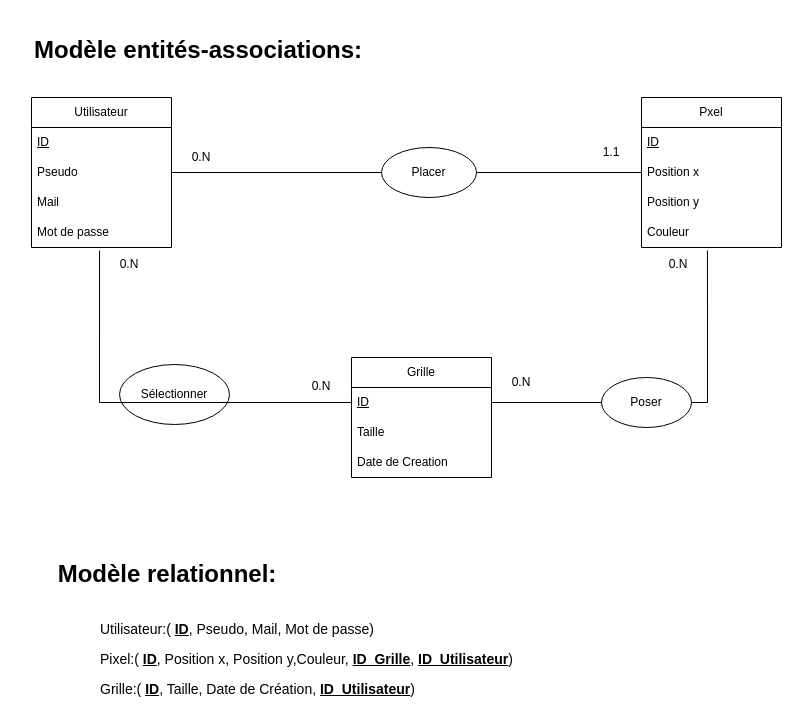
The draw.io diagram Model_Drawio/Modele-entite-asso.drawio in GoldenPants112/PixelWar, before the edit. Source tidied: cells renumbered, new cells numbered last; positions are measured from the earlier drawing's top-left corner, leaving out a move shared by most shapes. Both pictures are drawn from the tidied source at 100%, with x=0, y=0 at pixel (17, 17).
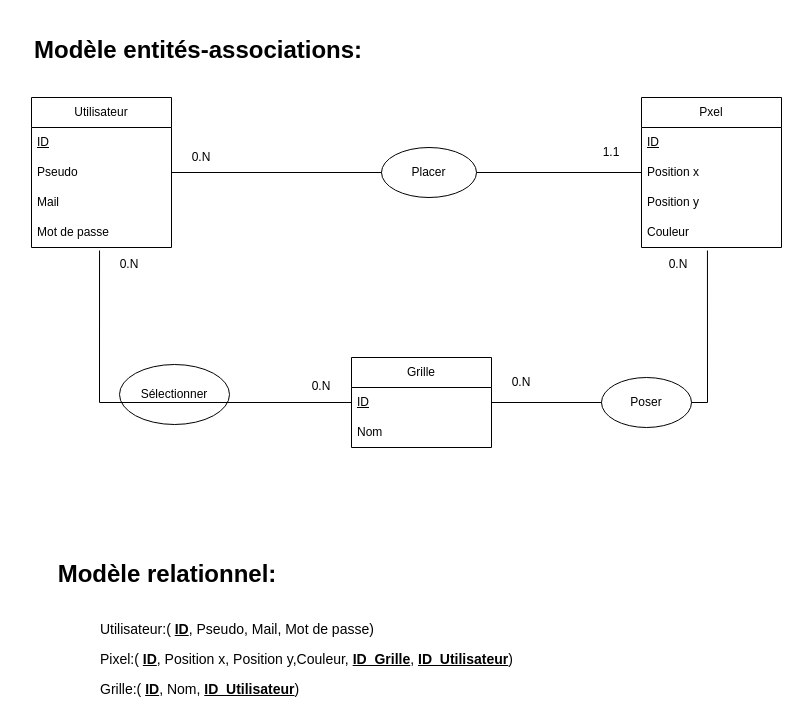
The same diagram, later.

Diff of the diagram source:
```diff
@@
     <mxCell id="12" value="Grille" style="swimlane;fontStyle=0;horizontal=1;startSize=30;whiteSpace=wrap;html=1;" parent="1" vertex="1">
-      <mxGeometry x="334" y="340" width="140" height="120" as="geometry" />
+      <mxGeometry x="334" y="340" width="140" height="90" as="geometry" />
     </mxCell>
@@
-    <mxCell id="14" value="Taille" style="text;strokeColor=none;fillColor=none;align=left;verticalAlign=middle;spacingLeft=4;spacingRight=4;overflow=hidden;whiteSpace=wrap;html=1;" parent="12" vertex="1">
+    <mxCell id="14" value="Nom" style="text;strokeColor=none;fillColor=none;align=left;verticalAlign=middle;spacingLeft=4;spacingRight=4;overflow=hidden;whiteSpace=wrap;html=1;" parent="12" vertex="1">
       <mxGeometry y="60" width="140" height="30" as="geometry" />
     </mxCell>
-    <mxCell id="15" value="Date de Creation" style="text;strokeColor=none;fillColor=none;align=left;verticalAlign=middle;spacingLeft=4;spacingRight=4;overflow=hidden;whiteSpace=wrap;html=1;" parent="12" vertex="1">
-      <mxGeometry y="90" width="140" height="30" as="geometry" />
-    </mxCell>
@@
-    <mxCell id="34" value="&lt;font style=&quot;font-size: 14px;&quot;&gt;Grille:(&amp;nbsp;&lt;u&gt;&lt;b&gt;ID&lt;/b&gt;&lt;/u&gt;, Taille, Date de Création, &lt;u&gt;&lt;b&gt;ID_Utilisateur&lt;/b&gt;&lt;/u&gt;)&lt;/font&gt;" style="text;html=1;align=left;verticalAlign=middle;whiteSpace=wrap;rounded=0;fontFamily=Helvetica;fontSize=12;fontColor=default;" parent="1" vertex="1">
+    <mxCell id="34" value="&lt;font style=&quot;font-size: 14px;&quot;&gt;Grille:(&amp;nbsp;&lt;u&gt;&lt;b&gt;ID&lt;/b&gt;&lt;/u&gt;, Nom, &lt;u&gt;&lt;b&gt;ID_Utilisateur&lt;/b&gt;&lt;/u&gt;)&lt;/font&gt;" style="text;html=1;align=left;verticalAlign=middle;whiteSpace=wrap;rounded=0;fontFamily=Helvetica;fontSize=12;fontColor=default;" parent="1" vertex="1">
       <mxGeometry x="81" y="657" width="380" height="30" as="geometry" />
     </mxCell>
```
